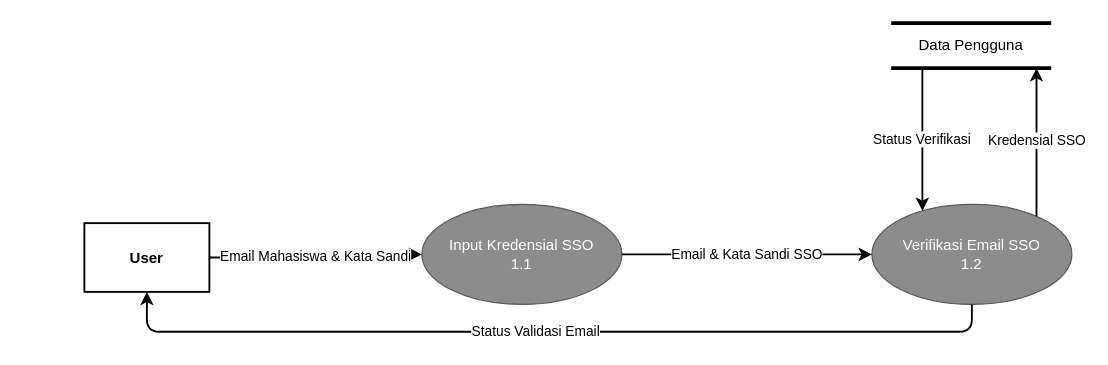
Earlier version of the draw.io diagram DFD Level 2 — Proses 1.0 (Login SSO).drawio (ding317/ding317). Source tidied: cells renumbered, new cells numbered last; positions are measured from the earlier drawing's top-left corner, leaving out a move shared by most shapes. Both pictures are drawn from the tidied source at 125%, with x=0, y=0 at pixel (84, 22).
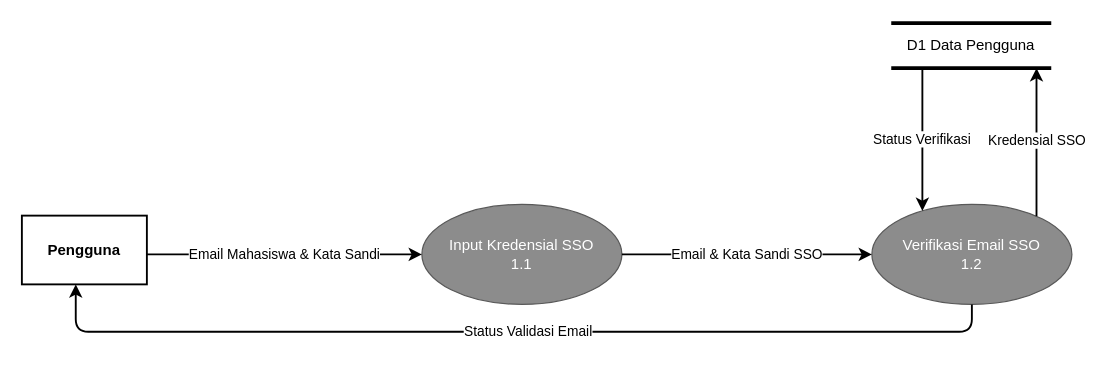
The same diagram, later.

Change to the diagram source:
```diff
@@
 <mxGraphModel>
   <root>
     <mxCell id="0" />
     <mxCell id="1" parent="0" />
-    <mxCell id="2" value="User" style="rounded=0;whiteSpace=wrap;html=1;fillColor=#FFFFFF;strokeColor=#000000;strokeWidth=1.5;fontColor=#000000;fontSize=12;fontStyle=1;" parent="1" vertex="1">
-      <mxGeometry y="160" width="100" height="55" as="geometry" />
+    <mxCell id="2" value="Pengguna" style="rounded=0;whiteSpace=wrap;html=1;fillColor=#FFFFFF;strokeColor=#000000;strokeWidth=1.5;fontColor=#000000;fontSize=12;fontStyle=1;" parent="1" vertex="1">
+      <mxGeometry x="-50" y="154" width="100" height="55" as="geometry" />
     </mxCell>
     <mxCell id="3" value="Input Kredensial SSO&lt;br&gt;1.1" style="ellipse;whiteSpace=wrap;html=1;fillColor=#8C8C8C;strokeColor=#595959;fontColor=#FFFFFF;fontSize=12;" parent="1" vertex="1">
       <mxGeometry x="270" y="145" width="160" height="80" as="geometry" />
     </mxCell>
     <mxCell id="4" value="Verifikasi Email SSO&lt;br&gt;1.2" style="ellipse;whiteSpace=wrap;html=1;fillColor=#8C8C8C;strokeColor=#595959;fontColor=#FFFFFF;fontSize=12;" parent="1" vertex="1">
       <mxGeometry x="630" y="145" width="160" height="80" as="geometry" />
     </mxCell>
-    <mxCell id="5" value="Data Pengguna" style="shape=partialRectangle;whiteSpace=wrap;html=1;top=1;bottom=1;left=0;right=0;strokeWidth=3;strokeColor=#000000;fillColor=none;fontColor=#000000;fontSize=12;" parent="1" vertex="1">
+    <mxCell id="5" value="D1 Data Pengguna" style="shape=partialRectangle;whiteSpace=wrap;html=1;top=1;bottom=1;left=0;right=0;strokeWidth=3;strokeColor=#000000;fillColor=none;fontColor=#000000;fontSize=12;" parent="1" vertex="1">
       <mxGeometry x="647" width="125" height="36" as="geometry" />
     </mxCell>
     <mxCell id="6" value="Email Mahasiswa &amp; Kata Sandi" style="endArrow=classic;html=1;strokeWidth=1.5;strokeColor=#000000;fontColor=#000000;fontSize=11;labelBackgroundColor=#FFFFFF;edgeStyle=orthogonalEdgeStyle;" parent="1" edge="1" source="2" target="3">
-      <mxGeometry relative="1" as="geometry" />
+      <mxGeometry relative="1" as="geometry">
+        <Array as="points">
+          <mxPoint x="59.7" y="185" />
+          <mxPoint x="59.7" y="185" />
+        </Array>
+      </mxGeometry>
     </mxCell>
     <mxCell id="7" value="Email &amp; Kata Sandi SSO" style="endArrow=classic;html=1;strokeWidth=1.5;strokeColor=#000000;fontColor=#000000;fontSize=11;labelBackgroundColor=#FFFFFF;edgeStyle=orthogonalEdgeStyle;" parent="1" edge="1" source="3" target="4">
       <mxGeometry relative="1" as="geometry" />
     </mxCell>
     <mxCell id="8" value="Kredensial SSO" style="endArrow=classic;html=1;strokeWidth=1.5;strokeColor=#000000;fontColor=#000000;fontSize=11;labelBackgroundColor=#FFFFFF;edgeStyle=orthogonalEdgeStyle;" parent="1" edge="1" source="4" target="5">
       <mxGeometry x="0.01" relative="1" as="geometry">
         <Array as="points">
           <mxPoint x="761.7" y="121.3" />
           <mxPoint x="761.7" y="121.3" />
         </Array>
       </mxGeometry>
     </mxCell>
     <mxCell id="9" value="Status Verifikasi" style="endArrow=classic;html=1;strokeWidth=1.5;strokeColor=#000000;fontColor=#000000;fontSize=11;labelBackgroundColor=#FFFFFF;edgeStyle=orthogonalEdgeStyle;" parent="1" edge="1" source="5" target="4">
       <mxGeometry relative="1" as="geometry">
         <Array as="points">
           <mxPoint x="670.4" y="117.9" />
           <mxPoint x="670.4" y="117.9" />
         </Array>
       </mxGeometry>
     </mxCell>
     <mxCell id="10" value="Status Validasi Email" style="endArrow=classic;html=1;strokeWidth=1.5;strokeColor=#000000;fontColor=#000000;fontSize=11;labelBackgroundColor=#FFFFFF;edgeStyle=orthogonalEdgeStyle;" parent="1" edge="1" source="4" target="2">
-      <mxGeometry x="0.04" relative="1" as="geometry">
+      <mxGeometry x="-0.03" relative="1" as="geometry">
         <Array as="points">
           <mxPoint x="710" y="246.9" />
-          <mxPoint x="50" y="246.9" />
+          <mxPoint x="-6.9" y="246.9" />
         </Array>
       </mxGeometry>
     </mxCell>
   </root>
 </mxGraphModel>
```
